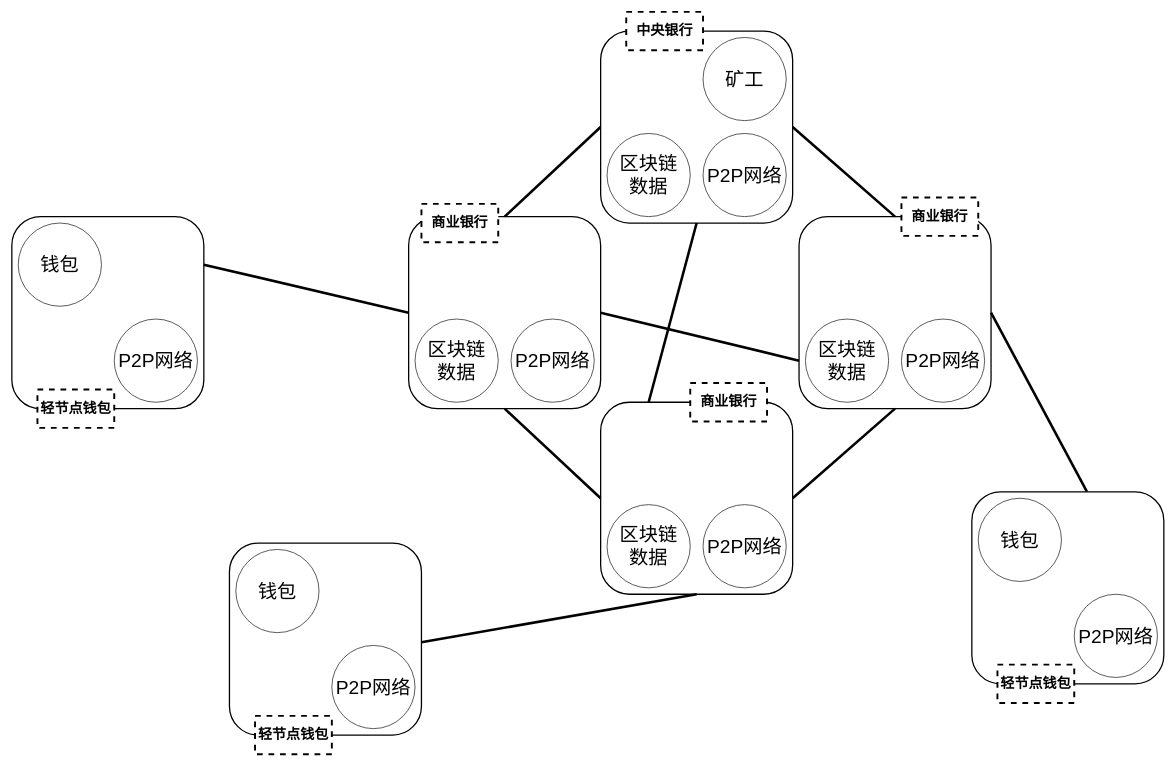
This is node.drawio from liugangjian/BTCWallet, a draw.io file, before an edit. Source tidied: cells renumbered, new cells numbered last; positions are measured from the earlier drawing's top-left corner, leaving out a move shared by most shapes. Both pictures are drawn from the tidied source at 64%, with x=0, y=0 at pixel (12, 12).
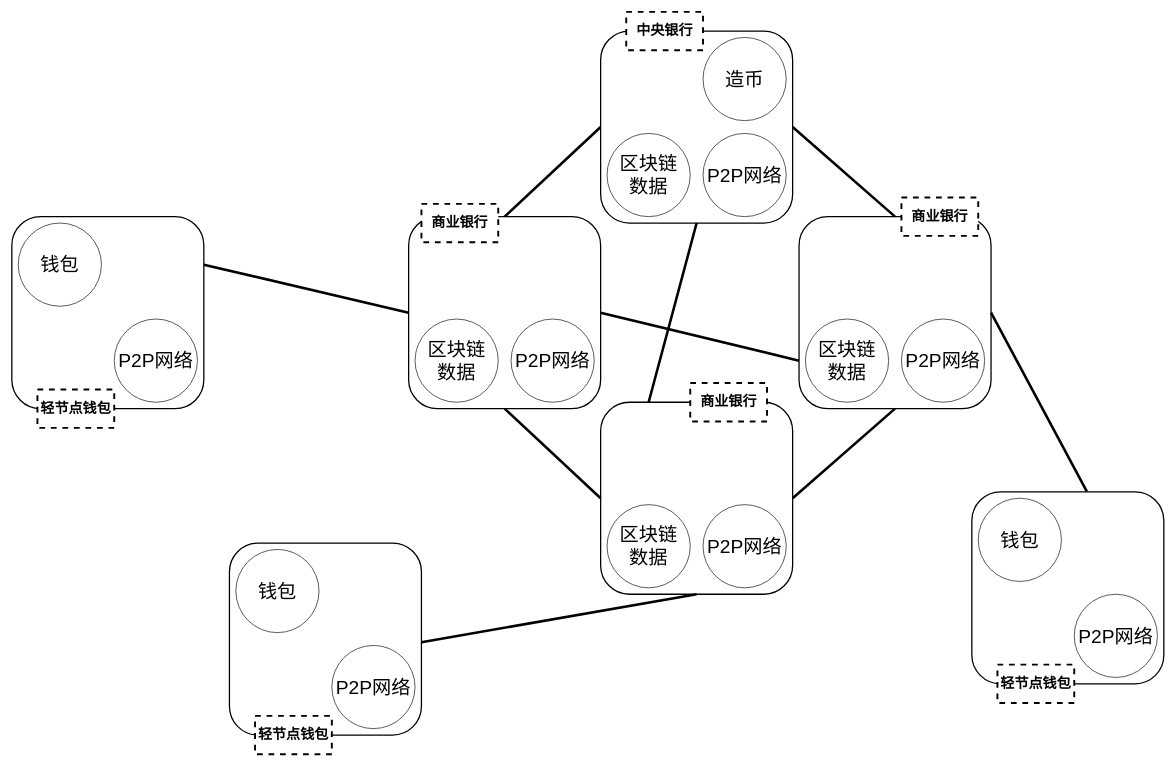
Above is the later version.

The change refers to these unchanged cells:
```xml
<mxCell id="2" style="group;" parent="1" vertex="1">
  <mxGeometry x="920" y="30" width="300" height="300" as="geometry" />
</mxCell>
```

What changed in the source:
```diff
@@
-    <mxCell id="5" value="&lt;font style=&quot;font-size: 30px&quot;&gt;矿工&lt;/font&gt;" style="ellipse;whiteSpace=wrap;html=1;" parent="2" vertex="1">
+    <mxCell id="5" value="&lt;font style=&quot;font-size: 30px&quot;&gt;造币&lt;/font&gt;" style="ellipse;whiteSpace=wrap;html=1;" parent="2" vertex="1">
       <mxGeometry x="160" y="10" width="130" height="130" as="geometry" />
     </mxCell>
```
